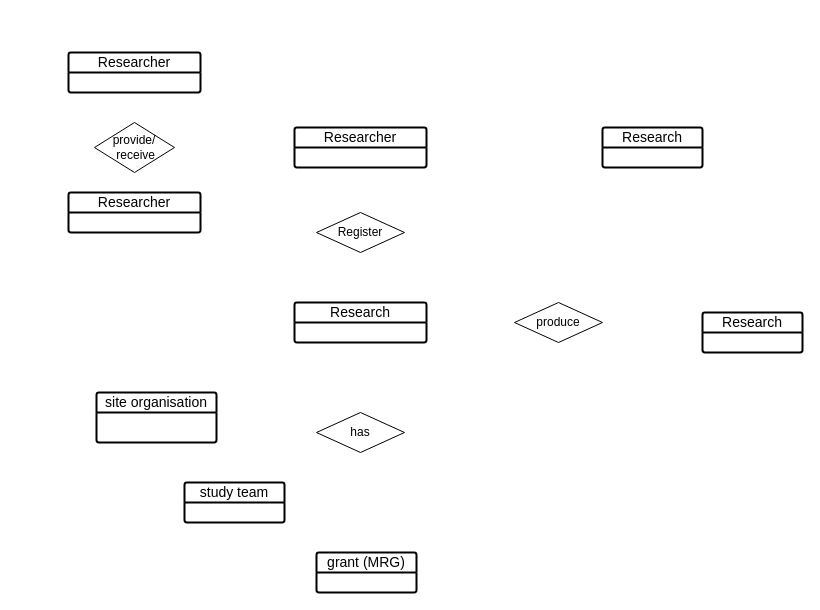
rafsyahmi/prism_data_concepts keeps this draw.io diagram as prism_concept_diagram.drawio. Above is the earlier version. Source tidied: cells renumbered, new cells numbered last; positions are measured from the earlier drawing's top-left corner, leaving out a move shared by most shapes. Both pictures are drawn from the tidied source at 100%, with x=0, y=0 at pixel (68, 52).
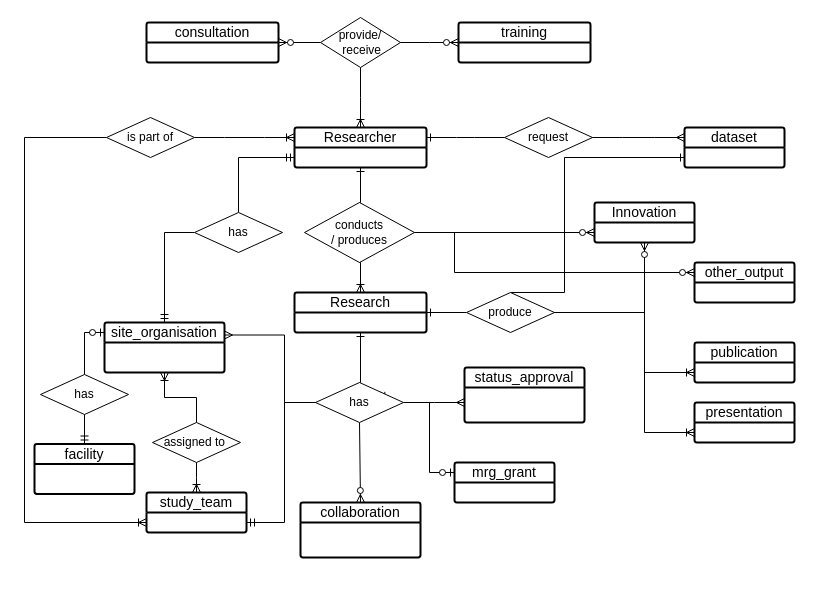
The same diagram, later.

Commit message:
entity relationship add

The change refers to these unchanged cells:
```xml
<mxCell id="4" value="Researcher" style="swimlane;horizontal=1;startSize=20;rounded=1;fontSize=14;fontStyle=0;strokeWidth=2;shadow=0;dashed=0;align=center;arcSize=4;whiteSpace=wrap;html=1;" parent="1" vertex="1">
  <mxGeometry x="226" y="75" width="132" height="40" as="geometry" />
</mxCell>
```

Diff of the diagram source:
```diff
@@
     <mxCell id="2" value="Research" style="swimlane;horizontal=1;startSize=20;rounded=1;fontSize=14;fontStyle=0;strokeWidth=2;shadow=0;dashed=0;align=center;arcSize=4;whiteSpace=wrap;html=1;" parent="1" vertex="1">
-      <mxGeometry x="226" y="250" width="132" height="40" as="geometry" />
+      <mxGeometry x="226" y="240" width="132" height="40" as="geometry" />
     </mxCell>
-    <mxCell id="3" value="Register" style="shape=rhombus;perimeter=rhombusPerimeter;whiteSpace=wrap;html=1;align=center;" parent="1" vertex="1">
-      <mxGeometry x="248" y="160" width="88" height="40" as="geometry" />
+    <mxCell id="3" value="conducts&lt;div&gt;/ produces&lt;/div&gt;" style="shape=rhombus;perimeter=rhombusPerimeter;whiteSpace=wrap;html=1;align=center;" parent="1" vertex="1">
+      <mxGeometry x="236" y="150" width="110" height="60" as="geometry" />
     </mxCell>
@@
-    <mxCell id="5" value="has" style="shape=rhombus;perimeter=rhombusPerimeter;whiteSpace=wrap;html=1;align=center;" parent="1" vertex="1">
-      <mxGeometry x="248" y="360" width="88" height="40" as="geometry" />
-    </mxCell>
-    <mxCell id="6" value="study team" style="swimlane;horizontal=1;startSize=20;rounded=1;fontSize=14;fontStyle=0;strokeWidth=2;shadow=0;dashed=0;align=center;arcSize=4;whiteSpace=wrap;html=1;" parent="1" vertex="1">
-      <mxGeometry x="116" y="430" width="100" height="40" as="geometry" />
+    <mxCell id="6" value="study_team" style="swimlane;horizontal=1;startSize=20;rounded=1;fontSize=14;fontStyle=0;strokeWidth=2;shadow=0;dashed=0;align=center;arcSize=4;whiteSpace=wrap;html=1;" parent="1" vertex="1">
+      <mxGeometry x="78" y="440" width="100" height="40" as="geometry" />
     </mxCell>
     <mxCell id="7" value="provide/&lt;div&gt;&amp;nbsp;receive&lt;/div&gt;" style="shape=rhombus;perimeter=rhombusPerimeter;whiteSpace=wrap;html=1;align=center;" parent="1" vertex="1">
-      <mxGeometry x="26" y="70" width="80" height="50" as="geometry" />
+      <mxGeometry x="252" y="-35" width="80" height="50" as="geometry" />
     </mxCell>
-    <mxCell id="8" value="site organisation" style="swimlane;horizontal=1;startSize=20;rounded=1;fontSize=14;fontStyle=0;strokeWidth=2;shadow=0;dashed=0;align=center;arcSize=4;whiteSpace=wrap;html=1;" parent="1" vertex="1">
-      <mxGeometry x="28" y="340" width="120" height="50" as="geometry" />
+    <mxCell id="8" value="site_organisation" style="swimlane;horizontal=1;startSize=20;rounded=1;fontSize=14;fontStyle=0;strokeWidth=2;shadow=0;dashed=0;align=center;arcSize=4;whiteSpace=wrap;html=1;" parent="1" vertex="1">
+      <mxGeometry x="36" y="270" width="120" height="50" as="geometry" />
     </mxCell>
-    <mxCell id="9" value="grant (MRG)" style="swimlane;horizontal=1;startSize=20;rounded=1;fontSize=14;fontStyle=0;strokeWidth=2;shadow=0;dashed=0;align=center;arcSize=4;whiteSpace=wrap;html=1;" parent="1" vertex="1">
-      <mxGeometry x="248" y="500" width="100" height="40" as="geometry" />
+    <mxCell id="9" value="mrg_grant" style="swimlane;horizontal=1;startSize=20;rounded=1;fontSize=14;fontStyle=0;strokeWidth=2;shadow=0;dashed=0;align=center;arcSize=4;whiteSpace=wrap;html=1;" parent="1" vertex="1">
+      <mxGeometry x="386" y="410" width="100" height="40" as="geometry" />
     </mxCell>
-    <mxCell id="10" value="Research" style="swimlane;horizontal=1;startSize=20;rounded=1;fontSize=14;fontStyle=0;strokeWidth=2;shadow=0;dashed=0;align=center;arcSize=4;whiteSpace=wrap;html=1;" parent="1" vertex="1">
-      <mxGeometry x="634" y="260" width="100" height="40" as="geometry" />
+    <mxCell id="10" value="publication" style="swimlane;horizontal=1;startSize=20;rounded=1;fontSize=14;fontStyle=0;strokeWidth=2;shadow=0;dashed=0;align=center;arcSize=4;whiteSpace=wrap;html=1;" parent="1" vertex="1">
+      <mxGeometry x="626" y="290" width="100" height="40" as="geometry" />
     </mxCell>
-    <mxCell id="11" value="produce" style="shape=rhombus;perimeter=rhombusPerimeter;whiteSpace=wrap;html=1;align=center;" parent="1" vertex="1">
-      <mxGeometry x="446" y="250" width="88" height="40" as="geometry" />
-    </mxCell>
-    <mxCell id="12" value="Researcher" style="swimlane;horizontal=1;startSize=20;rounded=1;fontSize=14;fontStyle=0;strokeWidth=2;shadow=0;dashed=0;align=center;arcSize=4;whiteSpace=wrap;html=1;" parent="1" vertex="1">
-      <mxGeometry y="140" width="132" height="40" as="geometry" />
+    <mxCell id="12" value="consultation" style="swimlane;horizontal=1;startSize=20;rounded=1;fontSize=14;fontStyle=0;strokeWidth=2;shadow=0;dashed=0;align=center;arcSize=4;whiteSpace=wrap;html=1;" parent="1" vertex="1">
+      <mxGeometry x="78" y="-30" width="132" height="40" as="geometry" />
     </mxCell>
-    <mxCell id="13" value="Researcher" style="swimlane;horizontal=1;startSize=20;rounded=1;fontSize=14;fontStyle=0;strokeWidth=2;shadow=0;dashed=0;align=center;arcSize=4;whiteSpace=wrap;html=1;" parent="1" vertex="1">
-      <mxGeometry width="132" height="40" as="geometry" />
+    <mxCell id="13" value="training" style="swimlane;horizontal=1;startSize=20;rounded=1;fontSize=14;fontStyle=0;strokeWidth=2;shadow=0;dashed=0;align=center;arcSize=4;whiteSpace=wrap;html=1;" parent="1" vertex="1">
+      <mxGeometry x="390" y="-30" width="132" height="40" as="geometry" />
     </mxCell>
-    <mxCell id="14" value="Research" style="swimlane;horizontal=1;startSize=20;rounded=1;fontSize=14;fontStyle=0;strokeWidth=2;shadow=0;dashed=0;align=center;arcSize=4;whiteSpace=wrap;html=1;" parent="1" vertex="1">
-      <mxGeometry x="534" y="75" width="100" height="40" as="geometry" />
+    <mxCell id="14" value="dataset" style="swimlane;horizontal=1;startSize=20;rounded=1;fontSize=14;fontStyle=0;strokeWidth=2;shadow=0;dashed=0;align=center;arcSize=4;whiteSpace=wrap;html=1;" parent="1" vertex="1">
+      <mxGeometry x="616" y="75" width="100" height="40" as="geometry" />
     </mxCell>
+    <mxCell id="15" value="status_approval" style="swimlane;horizontal=1;startSize=20;rounded=1;fontSize=14;fontStyle=0;strokeWidth=2;shadow=0;dashed=0;align=center;arcSize=4;whiteSpace=wrap;html=1;" parent="1" vertex="1">
+      <mxGeometry x="396" y="315" width="120" height="55" as="geometry" />
+    </mxCell>
+    <mxCell id="16" value="presentation" style="swimlane;horizontal=1;startSize=20;rounded=1;fontSize=14;fontStyle=0;strokeWidth=2;shadow=0;dashed=0;align=center;arcSize=4;whiteSpace=wrap;html=1;" parent="1" vertex="1">
+      <mxGeometry x="626" y="350" width="100" height="40" as="geometry" />
+    </mxCell>
+    <mxCell id="17" value="other_output" style="swimlane;horizontal=1;startSize=20;rounded=1;fontSize=14;fontStyle=0;strokeWidth=2;shadow=0;dashed=0;align=center;arcSize=4;whiteSpace=wrap;html=1;" parent="1" vertex="1">
+      <mxGeometry x="626" y="210" width="100" height="40" as="geometry" />
+    </mxCell>
+    <mxCell id="18" value="Innovation" style="swimlane;horizontal=1;startSize=20;rounded=1;fontSize=14;fontStyle=0;strokeWidth=2;shadow=0;dashed=0;align=center;arcSize=4;whiteSpace=wrap;html=1;" parent="1" vertex="1">
+      <mxGeometry x="526" y="150" width="100" height="40" as="geometry" />
+    </mxCell>
+    <mxCell id="19" value="collaboration" style="swimlane;horizontal=1;startSize=20;rounded=1;fontSize=14;fontStyle=0;strokeWidth=2;shadow=0;dashed=0;align=center;arcSize=4;whiteSpace=wrap;html=1;" parent="1" vertex="1">
+      <mxGeometry x="232" y="450" width="120" height="55" as="geometry" />
+    </mxCell>
+    <mxCell id="20" value="facility" style="swimlane;horizontal=1;startSize=20;rounded=1;fontSize=14;fontStyle=0;strokeWidth=2;shadow=0;dashed=0;align=center;arcSize=4;whiteSpace=wrap;html=1;" parent="1" vertex="1">
+      <mxGeometry x="-34" y="391.5" width="100" height="50" as="geometry" />
+    </mxCell>
+    <mxCell id="21" value="request" style="shape=rhombus;perimeter=rhombusPerimeter;whiteSpace=wrap;html=1;align=center;" parent="1" vertex="1">
+      <mxGeometry x="436" y="65" width="88" height="40" as="geometry" />
+    </mxCell>
+    <mxCell id="22" style="edgeStyle=elbowEdgeStyle;fontSize=12;html=1;endArrow=ERzeroToOne;endFill=1;rounded=0;exitX=0.5;exitY=0;exitDx=0;exitDy=0;" parent="1" edge="1" source="28">
+      <mxGeometry relative="1" as="geometry">
+        <mxPoint x="36" y="280" as="targetPoint" />
+        <Array as="points">
+          <mxPoint x="16" y="362" />
+        </Array>
+      </mxGeometry>
+    </mxCell>
+    <mxCell id="23" style="edgeStyle=elbowEdgeStyle;fontSize=12;html=1;endArrow=ERone;endFill=1;rounded=0;entryX=0.5;entryY=1;entryDx=0;entryDy=0;exitX=0.5;exitY=0;exitDx=0;exitDy=0;" parent="1" edge="1" source="5" target="2">
+      <mxGeometry relative="1" as="geometry" />
+    </mxCell>
+    <mxCell id="24" style="edgeStyle=elbowEdgeStyle;fontSize=12;html=1;endArrow=ERone;endFill=1;rounded=0;exitX=0.5;exitY=0;exitDx=0;exitDy=0;entryX=0.5;entryY=1;entryDx=0;entryDy=0;" parent="1" edge="1" source="3" target="4">
+      <mxGeometry relative="1" as="geometry" />
+    </mxCell>
+    <mxCell id="25" style="edgeStyle=elbowEdgeStyle;fontSize=12;html=1;endArrow=ERoneToMany;rounded=0;exitX=0.5;exitY=1;exitDx=0;exitDy=0;entryX=0.5;entryY=0;entryDx=0;entryDy=0;" parent="1" edge="1" source="3" target="2">
+      <mxGeometry relative="1" as="geometry" />
+    </mxCell>
+    <mxCell id="26" style="edgeStyle=elbowEdgeStyle;fontSize=12;html=1;endArrow=ERmany;rounded=0;exitX=0;exitY=0.5;exitDx=0;exitDy=0;entryX=1;entryY=0.25;entryDx=0;entryDy=0;" parent="1" edge="1" source="5" target="8">
+      <mxGeometry relative="1" as="geometry">
+        <Array as="points">
+          <mxPoint x="216" y="320" />
+        </Array>
+      </mxGeometry>
+    </mxCell>
+    <mxCell id="27" style="fontSize=12;html=1;endArrow=ERzeroToMany;endFill=1;rounded=0;exitX=0.5;exitY=1;exitDx=0;exitDy=0;entryX=0.5;entryY=0;entryDx=0;entryDy=0;" parent="1" edge="1" source="5" target="19">
+      <mxGeometry relative="1" as="geometry" />
+    </mxCell>
+    <mxCell id="28" value="has" style="shape=rhombus;perimeter=rhombusPerimeter;whiteSpace=wrap;html=1;align=center;" parent="1" vertex="1">
+      <mxGeometry x="-28" y="322" width="88" height="40" as="geometry" />
+    </mxCell>
+    <mxCell id="29" style="edgeStyle=elbowEdgeStyle;fontSize=12;html=1;endArrow=ERmandOne;rounded=0;exitX=0.5;exitY=1;exitDx=0;exitDy=0;entryX=0.5;entryY=0;entryDx=0;entryDy=0;" parent="1" edge="1" source="28" target="20">
+      <mxGeometry relative="1" as="geometry" />
+    </mxCell>
+    <mxCell id="30" value="has" style="shape=rhombus;perimeter=rhombusPerimeter;whiteSpace=wrap;html=1;align=center;" parent="1" vertex="1">
+      <mxGeometry x="126" y="160" width="88" height="40" as="geometry" />
+    </mxCell>
+    <mxCell id="31" style="edgeStyle=elbowEdgeStyle;fontSize=12;html=1;endArrow=ERoneToMany;rounded=0;exitX=0.5;exitY=1;exitDx=0;exitDy=0;" parent="1" edge="1" source="7">
+      <mxGeometry relative="1" as="geometry">
+        <mxPoint x="292" y="75" as="targetPoint" />
+      </mxGeometry>
+    </mxCell>
+    <mxCell id="32" style="edgeStyle=elbowEdgeStyle;fontSize=12;html=1;endArrow=ERzeroToMany;endFill=1;rounded=0;exitX=1;exitY=0.5;exitDx=0;exitDy=0;entryX=0;entryY=0.5;entryDx=0;entryDy=0;" parent="1" edge="1" source="7" target="13">
+      <mxGeometry relative="1" as="geometry" />
+    </mxCell>
+    <mxCell id="33" style="fontSize=12;html=1;endArrow=ERzeroToMany;endFill=1;rounded=0;exitX=0;exitY=0.5;exitDx=0;exitDy=0;entryX=1;entryY=0.5;entryDx=0;entryDy=0;" parent="1" edge="1" source="7" target="12">
+      <mxGeometry relative="1" as="geometry" />
+    </mxCell>
+    <mxCell id="34" style="edgeStyle=elbowEdgeStyle;fontSize=12;html=1;endArrow=ERmandOne;rounded=0;entryX=0;entryY=0.75;entryDx=0;entryDy=0;exitX=0.5;exitY=0;exitDx=0;exitDy=0;" parent="1" edge="1" source="30" target="4">
+      <mxGeometry relative="1" as="geometry">
+        <Array as="points">
+          <mxPoint x="170" y="140" />
+        </Array>
+      </mxGeometry>
+    </mxCell>
+    <mxCell id="35" style="edgeStyle=elbowEdgeStyle;fontSize=12;html=1;endArrow=ERmandOne;rounded=0;exitX=0;exitY=0.5;exitDx=0;exitDy=0;entryX=0.5;entryY=0;entryDx=0;entryDy=0;" parent="1" edge="1" source="30" target="8">
+      <mxGeometry relative="1" as="geometry">
+        <Array as="points">
+          <mxPoint x="96" y="180" />
+        </Array>
+      </mxGeometry>
+    </mxCell>
+    <mxCell id="36" style="edgeStyle=entityRelationEdgeStyle;fontSize=12;html=1;endArrow=ERone;endFill=1;rounded=0;entryX=1;entryY=0.25;entryDx=0;entryDy=0;exitX=0;exitY=0.5;exitDx=0;exitDy=0;" parent="1" edge="1" source="21" target="4">
+      <mxGeometry relative="1" as="geometry" />
+    </mxCell>
+    <mxCell id="37" style="edgeStyle=entityRelationEdgeStyle;fontSize=12;html=1;endArrow=ERmany;rounded=0;entryX=0;entryY=0.25;entryDx=0;entryDy=0;exitX=1;exitY=0.5;exitDx=0;exitDy=0;" parent="1" edge="1" source="21" target="14">
+      <mxGeometry relative="1" as="geometry" />
+    </mxCell>
+    <mxCell id="38" style="edgeStyle=entityRelationEdgeStyle;fontSize=12;html=1;endArrow=ERmany;rounded=0;" parent="1" edge="1">
+      <mxGeometry relative="1" as="geometry">
+        <mxPoint x="336" y="350" as="sourcePoint" />
+        <mxPoint x="396" y="350" as="targetPoint" />
+      </mxGeometry>
+    </mxCell>
+    <mxCell id="39" style="edgeStyle=elbowEdgeStyle;fontSize=12;html=1;endArrow=ERzeroToOne;endFill=1;rounded=0;exitX=1;exitY=0.5;exitDx=0;exitDy=0;entryX=0;entryY=0.25;entryDx=0;entryDy=0;" parent="1" edge="1" source="5" target="9">
+      <mxGeometry relative="1" as="geometry" />
+    </mxCell>
+    <mxCell id="40" value="assigned to&amp;nbsp;" style="shape=rhombus;perimeter=rhombusPerimeter;whiteSpace=wrap;html=1;align=center;" parent="1" vertex="1">
+      <mxGeometry x="84" y="370" width="88" height="40" as="geometry" />
+    </mxCell>
+    <mxCell id="41" style="edgeStyle=elbowEdgeStyle;fontSize=12;html=1;endArrow=ERoneToMany;rounded=0;exitX=0.5;exitY=1;exitDx=0;exitDy=0;entryX=0.5;entryY=0;entryDx=0;entryDy=0;" parent="1" edge="1" source="40" target="6">
+      <mxGeometry relative="1" as="geometry" />
+    </mxCell>
+    <mxCell id="42" style="edgeStyle=elbowEdgeStyle;fontSize=12;html=1;endArrow=ERoneToMany;rounded=0;exitX=0.5;exitY=0;exitDx=0;exitDy=0;entryX=0.5;entryY=1;entryDx=0;entryDy=0;elbow=vertical;" parent="1" edge="1" source="40" target="8">
+      <mxGeometry relative="1" as="geometry" />
+    </mxCell>
+    <mxCell id="43" style="edgeStyle=entityRelationEdgeStyle;fontSize=12;html=1;endArrow=ERone;endFill=1;rounded=0;exitX=0;exitY=0.5;exitDx=0;exitDy=0;entryX=1;entryY=0.5;entryDx=0;entryDy=0;" parent="1" edge="1" source="11" target="2">
+      <mxGeometry relative="1" as="geometry" />
+    </mxCell>
+    <mxCell id="44" style="edgeStyle=elbowEdgeStyle;fontSize=12;html=1;endArrow=ERone;endFill=1;rounded=0;exitX=0.5;exitY=0;exitDx=0;exitDy=0;entryX=0;entryY=0.75;entryDx=0;entryDy=0;" parent="1" edge="1" source="11" target="14">
+      <mxGeometry relative="1" as="geometry">
+        <Array as="points">
+          <mxPoint x="496" y="180" />
+        </Array>
+      </mxGeometry>
+    </mxCell>
+    <mxCell id="11" value="produce" style="shape=rhombus;perimeter=rhombusPerimeter;whiteSpace=wrap;html=1;align=center;" parent="1" vertex="1">
+      <mxGeometry x="398" y="240" width="88" height="40" as="geometry" />
+    </mxCell>
+    <mxCell id="45" style="edgeStyle=elbowEdgeStyle;fontSize=12;html=1;endArrow=ERzeroToMany;endFill=1;rounded=0;exitX=1;exitY=0.5;exitDx=0;exitDy=0;entryX=0.5;entryY=1;entryDx=0;entryDy=0;" parent="1" edge="1" source="11" target="18">
+      <mxGeometry relative="1" as="geometry">
+        <Array as="points">
+          <mxPoint x="576" y="220" />
+        </Array>
+      </mxGeometry>
+    </mxCell>
+    <mxCell id="46" style="edgeStyle=elbowEdgeStyle;fontSize=12;html=1;endArrow=ERoneToMany;rounded=0;exitX=1;exitY=0.5;exitDx=0;exitDy=0;entryX=0;entryY=0.75;entryDx=0;entryDy=0;" parent="1" edge="1" source="11" target="10">
+      <mxGeometry relative="1" as="geometry">
+        <Array as="points">
+          <mxPoint x="576" y="270" />
+        </Array>
+      </mxGeometry>
+    </mxCell>
+    <mxCell id="47" style="edgeStyle=elbowEdgeStyle;fontSize=12;html=1;endArrow=ERoneToMany;rounded=0;exitX=1;exitY=0.5;exitDx=0;exitDy=0;entryX=0;entryY=0.75;entryDx=0;entryDy=0;" parent="1" edge="1" source="11" target="16">
+      <mxGeometry relative="1" as="geometry">
+        <Array as="points">
+          <mxPoint x="576" y="300" />
+        </Array>
+      </mxGeometry>
+    </mxCell>
+    <mxCell id="48" style="edgeStyle=entityRelationEdgeStyle;fontSize=12;html=1;endArrow=ERzeroToMany;endFill=1;rounded=0;entryX=0;entryY=0.75;entryDx=0;entryDy=0;exitX=1;exitY=0.5;exitDx=0;exitDy=0;" parent="1" edge="1" source="3" target="18">
+      <mxGeometry relative="1" as="geometry" />
+    </mxCell>
+    <mxCell id="49" style="edgeStyle=elbowEdgeStyle;fontSize=12;html=1;endArrow=ERzeroToMany;endFill=1;rounded=0;entryX=0;entryY=0.25;entryDx=0;entryDy=0;exitX=1;exitY=0.5;exitDx=0;exitDy=0;" parent="1" edge="1" source="3" target="17">
+      <mxGeometry relative="1" as="geometry">
+        <Array as="points">
+          <mxPoint x="386" y="190" />
+        </Array>
+      </mxGeometry>
+    </mxCell>
+    <mxCell id="50" value="is part of" style="shape=rhombus;perimeter=rhombusPerimeter;whiteSpace=wrap;html=1;align=center;" parent="1" vertex="1">
+      <mxGeometry x="38" y="65" width="88" height="40" as="geometry" />
+    </mxCell>
+    <mxCell id="51" style="edgeStyle=elbowEdgeStyle;fontSize=12;html=1;endArrow=ERmandOne;rounded=0;entryX=1;entryY=0.25;entryDx=0;entryDy=0;exitX=0;exitY=0.5;exitDx=0;exitDy=0;" parent="1" edge="1" source="5">
+      <mxGeometry relative="1" as="geometry">
+        <mxPoint x="178" y="470" as="targetPoint" />
+        <Array as="points">
+          <mxPoint x="216" y="410" />
+        </Array>
+      </mxGeometry>
+    </mxCell>
+    <mxCell id="52" style="edgeStyle=elbowEdgeStyle;fontSize=12;html=1;endArrow=ERmandOne;rounded=0;entryX=1;entryY=0.25;entryDx=0;entryDy=0;" parent="1" edge="1" target="5">
+      <mxGeometry relative="1" as="geometry">
+        <mxPoint x="256" y="350" as="sourcePoint" />
+      </mxGeometry>
+    </mxCell>
+    <mxCell id="5" value="has" style="shape=rhombus;perimeter=rhombusPerimeter;whiteSpace=wrap;html=1;align=center;" parent="1" vertex="1">
+      <mxGeometry x="247" y="330" width="88" height="40" as="geometry" />
+    </mxCell>
+    <mxCell id="53" style="edgeStyle=elbowEdgeStyle;fontSize=12;html=1;endArrow=ERoneToMany;rounded=0;exitX=0;exitY=0.5;exitDx=0;exitDy=0;entryX=0;entryY=0.75;entryDx=0;entryDy=0;" parent="1" edge="1" source="50" target="6">
+      <mxGeometry relative="1" as="geometry">
+        <Array as="points">
+          <mxPoint x="-44" y="270" />
+        </Array>
+      </mxGeometry>
+    </mxCell>
+    <mxCell id="54" style="edgeStyle=entityRelationEdgeStyle;fontSize=12;html=1;endArrow=ERoneToMany;rounded=0;exitX=1;exitY=0.5;exitDx=0;exitDy=0;entryX=0;entryY=0.25;entryDx=0;entryDy=0;" parent="1" edge="1" source="50" target="4">
+      <mxGeometry relative="1" as="geometry" />
+    </mxCell>
```
